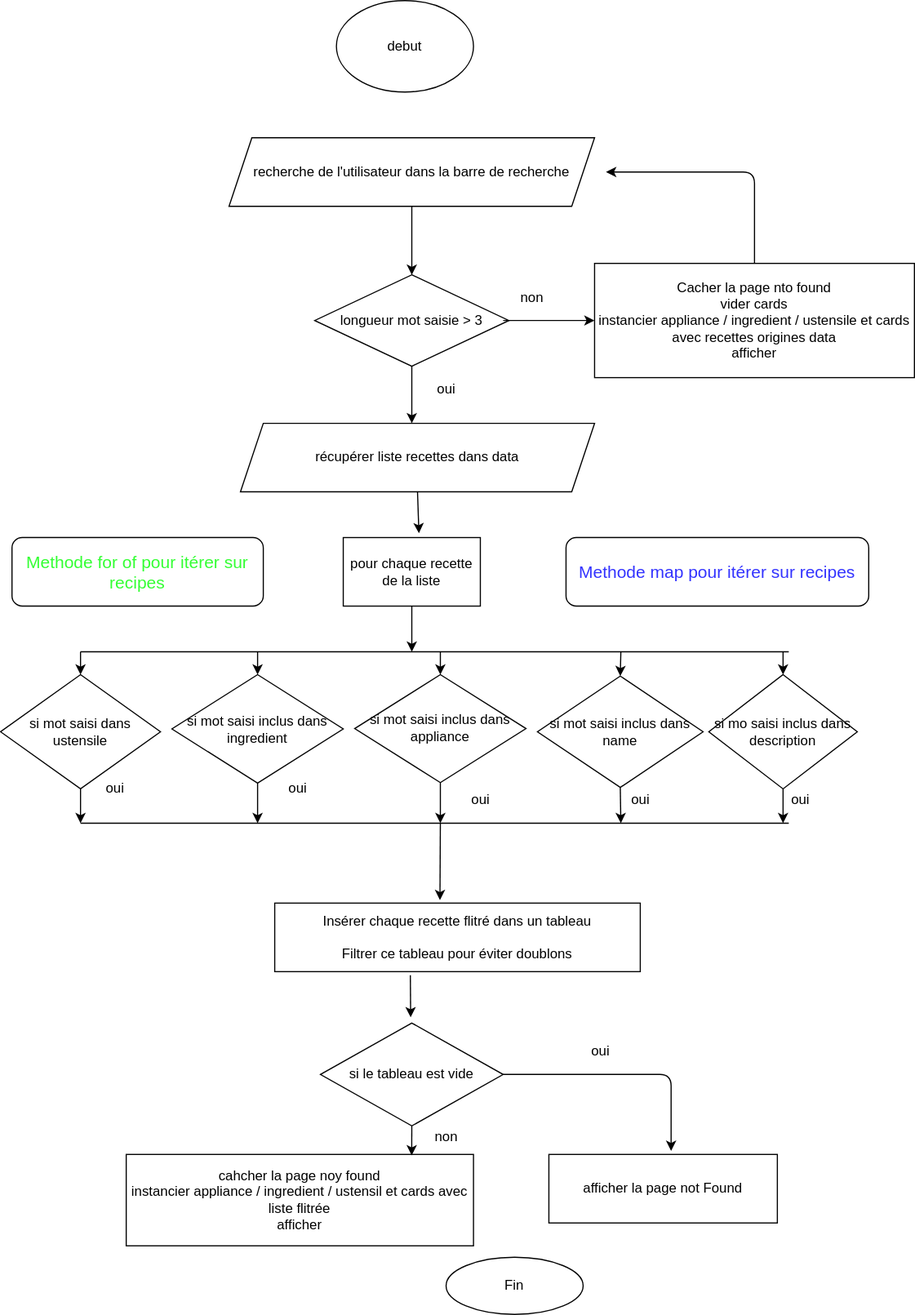
Earlier version of the draw.io export draw/diagramm1.drawio.svg (nivorako/P11-front-end-search-engine). Source tidied: cells renumbered, new cells last; positions are measured from the earlier drawing's top-left corner, leaving out a move shared by most shapes.
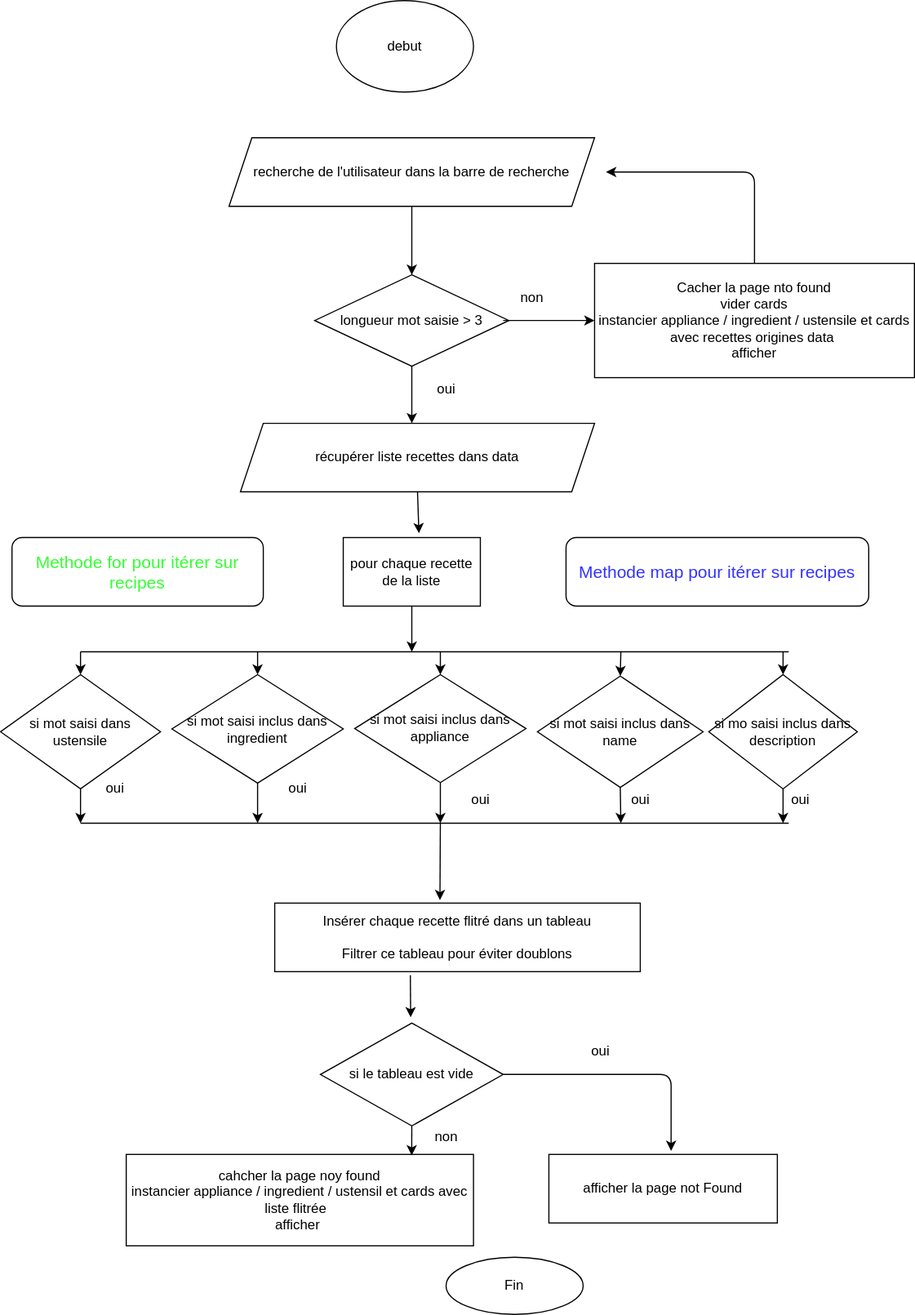
After the change.

Commit message:
Mettre à jour diagramm1.drawio.svg

Diff of the diagram source:
```diff
@@ -188,7 +188,7 @@
         </Array>
       </mxGeometry>
     </mxCell>
-    <mxCell id="49" value="&lt;font style=&quot;font-size: 15px&quot; color=&quot;#33ff33&quot;&gt;Methode for of pour itérer sur recipes&lt;/font&gt;" style="rounded=1;whiteSpace=wrap;html=1;" parent="1" vertex="1">
+    <mxCell id="49" value="&lt;font style=&quot;font-size: 15px&quot; color=&quot;#33ff33&quot;&gt;Methode for pour itérer sur recipes&lt;/font&gt;" style="rounded=1;whiteSpace=wrap;html=1;" parent="1" vertex="1">
       <mxGeometry x="10" y="470" width="220" height="60" as="geometry" />
     </mxCell>
     <mxCell id="50" value="&lt;font color=&quot;#3333ff&quot;&gt;Methode map pour itérer sur recipes&lt;/font&gt;" style="rounded=1;whiteSpace=wrap;html=1;fontSize=15;fontColor=#33FF33;" parent="1" vertex="1">
```
